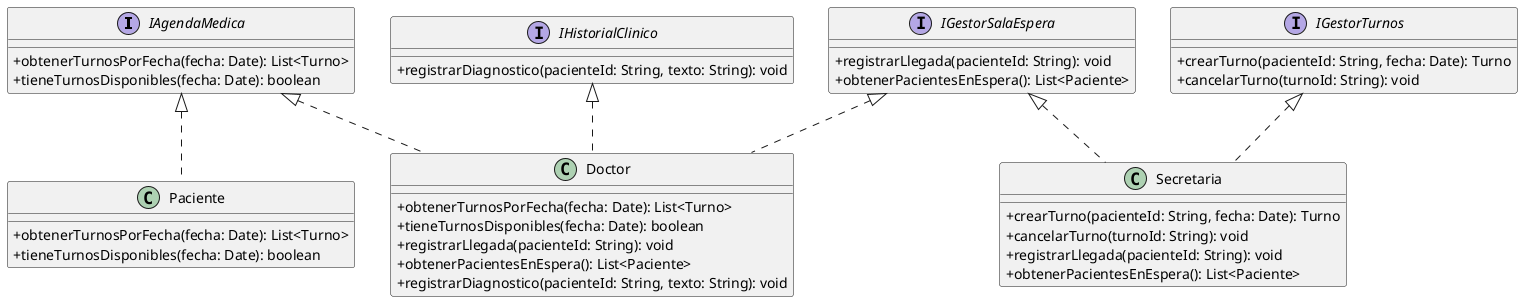
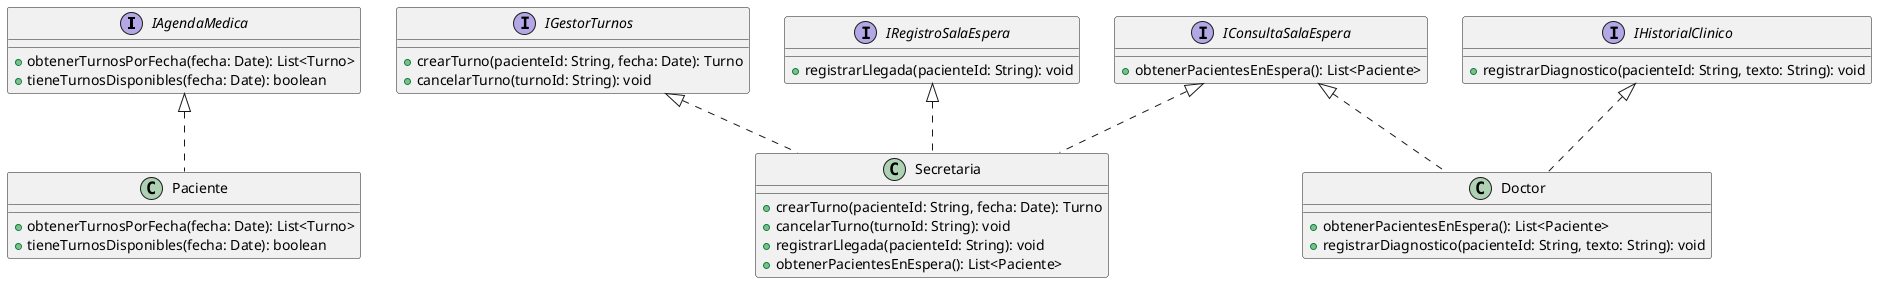
@startuml 01-solid-04-isp
- skinparam classAttributeIconSize 0

interface IAgendaMedica {
    + obtenerTurnosPorFecha(fecha: Date): List<Turno>
    + tieneTurnosDisponibles(fecha: Date): boolean
}

interface IGestorTurnos {
    + crearTurno(pacienteId: String, fecha: Date): Turno
    + cancelarTurno(turnoId: String): void
}

- interface IGestorSalaEspera {
+ interface IRegistroSalaEspera {
    + registrarLlegada(pacienteId: String): void
+ }
+ 
+ interface IConsultaSalaEspera {
    + obtenerPacientesEnEspera(): List<Paciente>
}

interface IHistorialClinico {
    + registrarDiagnostico(pacienteId: String, texto: String): void
}

- class Secretaria implements IGestorTurnos, IGestorSalaEspera {
+ class Secretaria implements IGestorTurnos, IRegistroSalaEspera, IConsultaSalaEspera {
    + crearTurno(pacienteId: String, fecha: Date): Turno
    + cancelarTurno(turnoId: String): void
    + registrarLlegada(pacienteId: String): void
    + obtenerPacientesEnEspera(): List<Paciente>
}

- class Doctor implements IAgendaMedica, IGestorSalaEspera, IHistorialClinico {
-     + obtenerTurnosPorFecha(fecha: Date): List<Turno>
-     + tieneTurnosDisponibles(fecha: Date): boolean
-     + registrarLlegada(pacienteId: String): void
+ class Doctor implements IConsultaSalaEspera, IHistorialClinico {
    + obtenerPacientesEnEspera(): List<Paciente>
    + registrarDiagnostico(pacienteId: String, texto: String): void
}

class Paciente implements IAgendaMedica {
    + obtenerTurnosPorFecha(fecha: Date): List<Turno>
    + tieneTurnosDisponibles(fecha: Date): boolean
}

- @enduml+ @enduml
